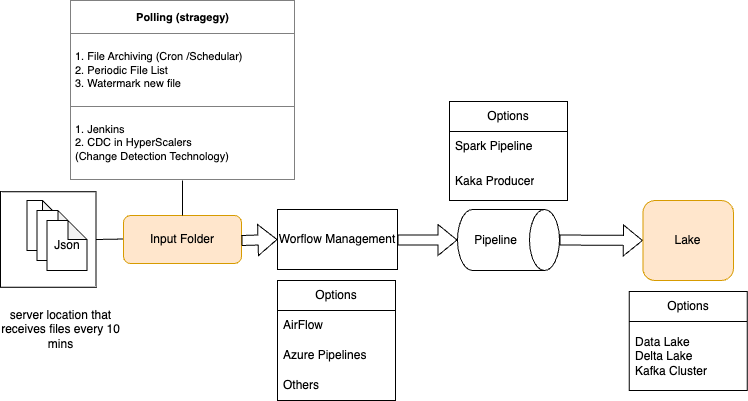
The draw.io diagram architecture2.png in j-thepac/EuroAssignment, before a commit. Source tidied: cells renumbered, new cells last; positions are measured from the earlier drawing's top-left corner, leaving out a move shared by most shapes.
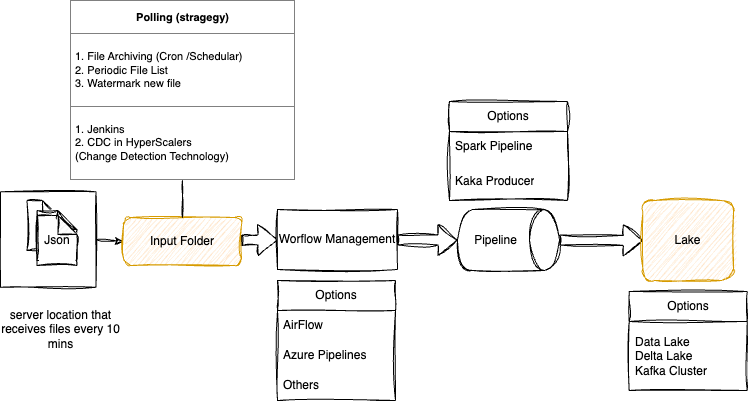
The same diagram one commit later.

The edit, as a diff of the source:
```diff
@@ -2,82 +2,80 @@
   <root>
     <mxCell id="0" />
     <mxCell id="1" parent="0" />
-    <mxCell id="2" style="whiteSpace=wrap;html=1;" parent="1" vertex="1">
+    <mxCell id="2" style="whiteSpace=wrap;html=1;sketch=1;curveFitting=1;jiggle=2;" parent="1" vertex="1">
       <mxGeometry y="191.2" width="95.5" height="95.5" as="geometry" />
     </mxCell>
-    <mxCell id="3" style="endArrow=classic;html=1;rounded=0;entryX=0;entryY=0.5;entryDx=0;entryDy=0;exitX=1;exitY=0.5;exitDx=0;exitDy=0;" parent="1" edge="1" source="2">
-      <mxGeometry relative="1" as="geometry">
-        <mxPoint x="183" y="237.5" as="targetPoint" />
-      </mxGeometry>
+    <mxCell id="3" style="endArrow=classic;html=1;rounded=0;exitX=1;exitY=0.5;exitDx=0;exitDy=0;sketch=1;curveFitting=1;jiggle=2;entryX=0;entryY=0.5;entryDx=0;entryDy=0;" parent="1" edge="1" source="2" target="7">
+      <mxGeometry relative="1" as="geometry" />
     </mxCell>
-    <mxCell id="4" style="shape=note;whiteSpace=wrap;html=1;backgroundOutline=1;darkOpacity=0.05;size=19;" parent="1" vertex="1">
+    <mxCell id="4" style="shape=note;whiteSpace=wrap;html=1;backgroundOutline=1;darkOpacity=0.05;size=19;sketch=1;curveFitting=1;jiggle=2;" parent="1" vertex="1">
       <mxGeometry x="26.5" y="200" width="34.5" height="50" as="geometry" />
     </mxCell>
-    <mxCell id="5" style="shape=note;whiteSpace=wrap;html=1;backgroundOutline=1;darkOpacity=0.05;size=19;" parent="1" vertex="1">
+    <mxCell id="5" style="shape=note;whiteSpace=wrap;html=1;backgroundOutline=1;darkOpacity=0.05;size=19;sketch=1;curveFitting=1;jiggle=2;" parent="1" vertex="1">
       <mxGeometry x="36.5" y="210" width="40" height="50" as="geometry" />
     </mxCell>
-    <mxCell id="6" value="Json" style="shape=note;whiteSpace=wrap;html=1;backgroundOutline=1;darkOpacity=0.05;size=19;" parent="1" vertex="1">
-      <mxGeometry x="46.5" y="220" width="40" height="50" as="geometry" />
+    <mxCell id="6" value="Json" style="shape=note;whiteSpace=wrap;html=1;backgroundOutline=1;darkOpacity=0.05;size=19;sketch=1;curveFitting=1;jiggle=2;" parent="1" vertex="1">
+      <mxGeometry x="36.5" y="215" width="40" height="50" as="geometry" />
     </mxCell>
-    <mxCell id="7" value="Input Folder" style="rounded=1;whiteSpace=wrap;html=1;fillColor=#ffe6cc;strokeColor=#d79b00;" parent="1" vertex="1">
-      <mxGeometry x="123" y="215" width="118" height="48" as="geometry" />
+    <mxCell id="7" value="Input Folder" style="rounded=1;whiteSpace=wrap;html=1;fillColor=#ffe6cc;strokeColor=#d79b00;sketch=1;curveFitting=1;jiggle=2;" parent="1" vertex="1">
+      <mxGeometry x="123" y="217" width="118" height="48" as="geometry" />
     </mxCell>
-    <mxCell id="8" style="shape=flexArrow;endArrow=classic;html=1;rounded=0;entryX=0;entryY=0.5;entryDx=0;entryDy=0;exitX=0.5;exitY=0;exitDx=0;exitDy=0;exitPerimeter=0;" parent="1" edge="1" source="18" target="9">
+    <mxCell id="8" style="shape=flexArrow;endArrow=classic;html=1;rounded=0;entryX=0;entryY=0.5;entryDx=0;entryDy=0;exitX=0.5;exitY=0;exitDx=0;exitDy=0;exitPerimeter=0;sketch=1;curveFitting=1;jiggle=2;" parent="1" edge="1" source="18" target="9">
       <mxGeometry relative="1" as="geometry" />
     </mxCell>
-    <mxCell id="9" value="Lake" style="rounded=1;whiteSpace=wrap;html=1;fillColor=#ffe6cc;strokeColor=#d79b00;" parent="1" vertex="1">
+    <mxCell id="9" value="Lake" style="rounded=1;whiteSpace=wrap;html=1;fillColor=#ffe6cc;strokeColor=#d79b00;sketch=1;curveFitting=1;jiggle=2;" parent="1" vertex="1">
       <mxGeometry x="642.4" y="200" width="90.6" height="80" as="geometry" />
     </mxCell>
-    <mxCell id="10" value="&lt;table border=&quot;1&quot; width=&quot;100%&quot; height=&quot;100%&quot; cellpadding=&quot;4&quot; style=&quot;width: 100%; height: 100%; border-collapse: collapse; font-size: 11px;&quot;&gt;&lt;tbody&gt;&lt;tr&gt;&lt;th align=&quot;center&quot;&gt;&lt;b&gt;&lt;font style=&quot;font-size: 11px;&quot;&gt;Polling (stragegy)&lt;/font&gt;&lt;/b&gt;&lt;/th&gt;&lt;/tr&gt;&lt;tr&gt;&lt;td&gt;&lt;font style=&quot;font-size: 11px;&quot;&gt;1. File Archiving (Cron /Schedular)&amp;nbsp;&lt;br&gt;2. Periodic File List&amp;nbsp;&amp;nbsp;&lt;br&gt;3. Watermark new file&lt;/font&gt;&lt;/td&gt;&lt;/tr&gt;&lt;tr&gt;&lt;td&gt;&lt;font style=&quot;font-size: 11px;&quot;&gt;1. Jenkins&lt;br&gt;2. CDC in HyperScalers&lt;br&gt;(Change Detection Technology)&lt;/font&gt;&lt;/td&gt;&lt;/tr&gt;&lt;/tbody&gt;&lt;/table&gt;" style="text;html=1;whiteSpace=wrap;strokeColor=none;fillColor=none;overflow=fill;" parent="1" vertex="1">
+    <mxCell id="10" value="&lt;table border=&quot;1&quot; width=&quot;100%&quot; height=&quot;100%&quot; cellpadding=&quot;4&quot; style=&quot;width: 100%; height: 100%; border-collapse: collapse; font-size: 11px;&quot;&gt;&lt;tbody&gt;&lt;tr&gt;&lt;th align=&quot;center&quot;&gt;&lt;b&gt;&lt;font style=&quot;font-size: 11px;&quot;&gt;Polling (stragegy)&lt;/font&gt;&lt;/b&gt;&lt;/th&gt;&lt;/tr&gt;&lt;tr&gt;&lt;td&gt;&lt;font style=&quot;font-size: 11px;&quot;&gt;1. File Archiving (Cron /Schedular)&amp;nbsp;&lt;br&gt;2. Periodic File List&amp;nbsp;&amp;nbsp;&lt;br&gt;3. Watermark new file&lt;/font&gt;&lt;/td&gt;&lt;/tr&gt;&lt;tr&gt;&lt;td&gt;&lt;font style=&quot;font-size: 11px;&quot;&gt;1. Jenkins&lt;br&gt;2. CDC in HyperScalers&lt;br&gt;(Change Detection Technology)&lt;/font&gt;&lt;/td&gt;&lt;/tr&gt;&lt;/tbody&gt;&lt;/table&gt;" style="text;html=1;whiteSpace=wrap;strokeColor=none;fillColor=none;overflow=fill;sketch=1;curveFitting=1;jiggle=2;" parent="1" vertex="1">
       <mxGeometry x="69.5" width="225" height="180" as="geometry" />
     </mxCell>
-    <mxCell id="11" style="endArrow=none;html=1;rounded=0;entryX=0.5;entryY=1;entryDx=0;entryDy=0;exitX=0.5;exitY=0;exitDx=0;exitDy=0;" parent="1" edge="1" source="7" target="10">
+    <mxCell id="11" style="endArrow=none;html=1;rounded=0;entryX=0.5;entryY=1;entryDx=0;entryDy=0;exitX=0.5;exitY=0;exitDx=0;exitDy=0;sketch=1;curveFitting=1;jiggle=2;" parent="1" edge="1" source="7" target="10">
       <mxGeometry relative="1" as="geometry" />
     </mxCell>
-    <mxCell id="12" style="shape=flexArrow;endArrow=classic;html=1;rounded=0;entryX=0;entryY=0.5;entryDx=0;entryDy=0;" parent="1" edge="1" target="13">
+    <mxCell id="12" style="shape=flexArrow;endArrow=classic;html=1;rounded=0;entryX=0;entryY=0.5;entryDx=0;entryDy=0;sketch=1;curveFitting=1;jiggle=2;" parent="1" edge="1" target="13">
       <mxGeometry relative="1" as="geometry">
         <mxPoint x="241" y="240" as="sourcePoint" />
       </mxGeometry>
     </mxCell>
-    <mxCell id="13" value="Worflow Management" style="rounded=0;whiteSpace=wrap;html=1;" parent="1" vertex="1">
+    <mxCell id="13" value="Worflow Management" style="rounded=0;whiteSpace=wrap;html=1;sketch=1;curveFitting=1;jiggle=2;" parent="1" vertex="1">
       <mxGeometry x="277" y="209" width="120" height="60" as="geometry" />
     </mxCell>
-    <mxCell id="14" value="Options" style="swimlane;fontStyle=0;horizontal=1;startSize=30;whiteSpace=wrap;html=1;" parent="1" vertex="1">
+    <mxCell id="14" value="Options" style="swimlane;fontStyle=0;horizontal=1;startSize=30;whiteSpace=wrap;html=1;sketch=1;curveFitting=1;jiggle=2;" parent="1" vertex="1">
       <mxGeometry x="277" y="280" width="118" height="120" as="geometry" />
     </mxCell>
-    <mxCell id="15" value="AirFlow" style="text;strokeColor=none;fillColor=none;align=left;verticalAlign=middle;spacingLeft=4;spacingRight=4;overflow=hidden;whiteSpace=wrap;html=1;" parent="14" vertex="1">
+    <mxCell id="15" value="AirFlow" style="text;strokeColor=none;fillColor=none;align=left;verticalAlign=middle;spacingLeft=4;spacingRight=4;overflow=hidden;whiteSpace=wrap;html=1;sketch=1;curveFitting=1;jiggle=2;" parent="14" vertex="1">
       <mxGeometry y="30" width="118" height="30" as="geometry" />
     </mxCell>
-    <mxCell id="16" value="Azure Pipelines" style="text;strokeColor=none;fillColor=none;align=left;verticalAlign=middle;spacingLeft=4;spacingRight=4;overflow=hidden;whiteSpace=wrap;html=1;" parent="14" vertex="1">
+    <mxCell id="16" value="Azure Pipelines" style="text;strokeColor=none;fillColor=none;align=left;verticalAlign=middle;spacingLeft=4;spacingRight=4;overflow=hidden;whiteSpace=wrap;html=1;sketch=1;curveFitting=1;jiggle=2;" parent="14" vertex="1">
       <mxGeometry y="60" width="118" height="30" as="geometry" />
     </mxCell>
-    <mxCell id="17" value="Others" style="text;strokeColor=none;fillColor=none;align=left;verticalAlign=middle;spacingLeft=4;spacingRight=4;overflow=hidden;whiteSpace=wrap;html=1;" parent="14" vertex="1">
+    <mxCell id="17" value="Others" style="text;strokeColor=none;fillColor=none;align=left;verticalAlign=middle;spacingLeft=4;spacingRight=4;overflow=hidden;whiteSpace=wrap;html=1;sketch=1;curveFitting=1;jiggle=2;" parent="14" vertex="1">
       <mxGeometry y="90" width="118" height="30" as="geometry" />
     </mxCell>
-    <mxCell id="18" value="Pipeline" style="shape=cylinder3;whiteSpace=wrap;html=1;boundedLbl=1;backgroundOutline=1;size=15;direction=south;" parent="1" vertex="1">
+    <mxCell id="18" value="Pipeline" style="shape=cylinder3;whiteSpace=wrap;html=1;boundedLbl=1;backgroundOutline=1;size=15;direction=south;sketch=1;curveFitting=1;jiggle=2;" parent="1" vertex="1">
       <mxGeometry x="457" y="209" width="102" height="61" as="geometry" />
     </mxCell>
-    <mxCell id="19" style="shape=flexArrow;endArrow=classic;html=1;rounded=0;entryX=0.5;entryY=1;entryDx=0;entryDy=0;entryPerimeter=0;" parent="1" edge="1" target="18">
+    <mxCell id="19" style="shape=flexArrow;endArrow=classic;html=1;rounded=0;entryX=0.5;entryY=1;entryDx=0;entryDy=0;entryPerimeter=0;sketch=1;curveFitting=1;jiggle=2;" parent="1" edge="1" target="18">
       <mxGeometry relative="1" as="geometry">
         <mxPoint x="397" y="239.5" as="sourcePoint" />
       </mxGeometry>
     </mxCell>
-    <mxCell id="20" value="Options" style="swimlane;fontStyle=0;horizontal=1;startSize=30;whiteSpace=wrap;html=1;" parent="1" vertex="1">
+    <mxCell id="20" value="Options" style="swimlane;fontStyle=0;horizontal=1;startSize=30;whiteSpace=wrap;html=1;sketch=1;curveFitting=1;jiggle=2;" parent="1" vertex="1">
       <mxGeometry x="449" y="101" width="118" height="99" as="geometry" />
     </mxCell>
-    <mxCell id="21" value="Spark Pipeline" style="text;strokeColor=none;fillColor=none;align=left;verticalAlign=middle;spacingLeft=4;spacingRight=4;overflow=hidden;whiteSpace=wrap;html=1;" parent="20" vertex="1">
+    <mxCell id="21" value="Spark Pipeline" style="text;strokeColor=none;fillColor=none;align=left;verticalAlign=middle;spacingLeft=4;spacingRight=4;overflow=hidden;whiteSpace=wrap;html=1;sketch=1;curveFitting=1;jiggle=2;" parent="20" vertex="1">
       <mxGeometry y="30" width="118" height="30" as="geometry" />
     </mxCell>
-    <mxCell id="22" value="Kaka Producer" style="text;strokeColor=none;fillColor=none;align=left;verticalAlign=middle;spacingLeft=4;spacingRight=4;overflow=hidden;whiteSpace=wrap;html=1;" parent="20" vertex="1">
+    <mxCell id="22" value="Kaka Producer" style="text;strokeColor=none;fillColor=none;align=left;verticalAlign=middle;spacingLeft=4;spacingRight=4;overflow=hidden;whiteSpace=wrap;html=1;sketch=1;curveFitting=1;jiggle=2;" parent="20" vertex="1">
       <mxGeometry y="60" width="118" height="39" as="geometry" />
     </mxCell>
-    <mxCell id="23" value="Options" style="swimlane;fontStyle=0;horizontal=1;startSize=30;whiteSpace=wrap;html=1;" parent="1" vertex="1">
+    <mxCell id="23" value="Options" style="swimlane;fontStyle=0;horizontal=1;startSize=30;whiteSpace=wrap;html=1;sketch=1;curveFitting=1;jiggle=2;" parent="1" vertex="1">
       <mxGeometry x="628.7" y="291" width="118" height="99" as="geometry" />
     </mxCell>
-    <mxCell id="24" value="Data Lake&lt;br&gt;Delta Lake&lt;br&gt;Kafka Cluster" style="text;strokeColor=none;fillColor=none;align=left;verticalAlign=middle;spacingLeft=4;spacingRight=4;overflow=hidden;whiteSpace=wrap;html=1;" parent="23" vertex="1">
+    <mxCell id="24" value="Data Lake&lt;br&gt;Delta Lake&lt;br&gt;Kafka Cluster" style="text;strokeColor=none;fillColor=none;align=left;verticalAlign=middle;spacingLeft=4;spacingRight=4;overflow=hidden;whiteSpace=wrap;html=1;sketch=1;curveFitting=1;jiggle=2;" parent="23" vertex="1">
       <mxGeometry y="30" width="118" height="69" as="geometry" />
     </mxCell>
-    <mxCell id="25" value="server location that receives files every 10 mins" style="text;html=1;strokeColor=none;fillColor=none;align=center;verticalAlign=middle;whiteSpace=wrap;rounded=0;" parent="1" vertex="1">
+    <mxCell id="25" value="server location that receives files every 10 mins" style="text;html=1;strokeColor=none;fillColor=none;align=center;verticalAlign=middle;whiteSpace=wrap;rounded=0;sketch=1;curveFitting=1;jiggle=2;" parent="1" vertex="1">
       <mxGeometry y="297" width="121" height="63" as="geometry" />
     </mxCell>
   </root>
```
